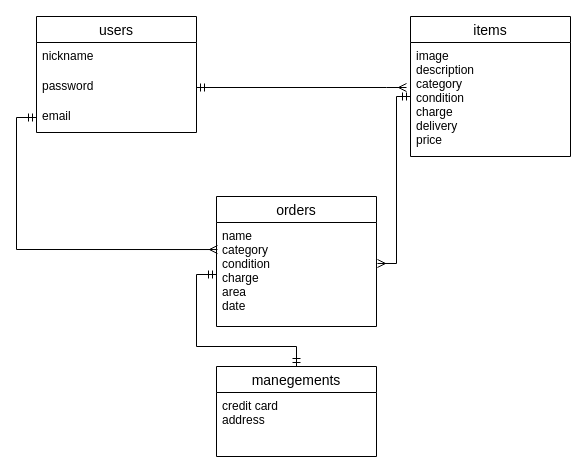
Before: test.dio in kodairafumikazu/furima-33027, a draw.io diagram. Source tidied: cells renumbered, new cells numbered last; positions are measured from the earlier drawing's top-left corner, leaving out a move shared by most shapes. Both pictures are drawn from the tidied source at 100%, with x=0, y=0 at pixel (36, 16).
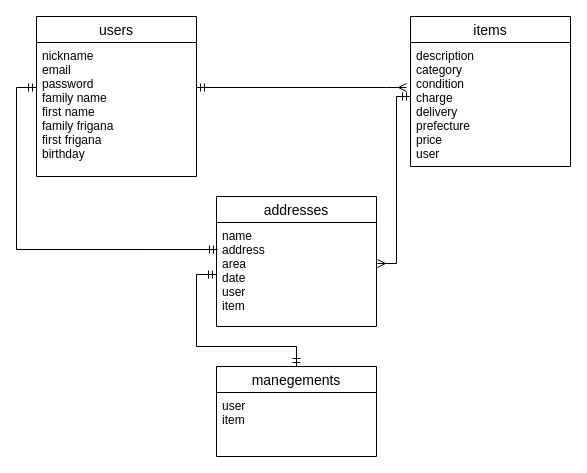
Above is the later version.

Commit message (it also covers changes not shown here):
ER図、データベース設計の修正３

Change to the diagram source:
```diff
@@
 <mxGraphModel>
   <root>
     <mxCell id="0" />
     <mxCell id="1" parent="0" />
     <mxCell id="2" value="users" style="swimlane;fontStyle=0;horizontal=1;startSize=26;align=center;fontSize=14;" parent="1" vertex="1">
-      <mxGeometry width="160" height="116" as="geometry" />
+      <mxGeometry width="160" height="160" as="geometry" />
     </mxCell>
-    <mxCell id="3" value="nickname" style="text;strokeColor=none;fillColor=none;spacingLeft=4;spacingRight=4;overflow=hidden;fontSize=12;" parent="2" vertex="1">
-      <mxGeometry y="26" width="160" height="30" as="geometry" />
+    <mxCell id="3" value="nickname&#10;email&#10;password&#10;family name&#10;first name&#10;family frigana&#10;first frigana&#10;birthday&#10;" style="text;strokeColor=none;fillColor=none;spacingLeft=4;spacingRight=4;overflow=hidden;fontSize=12;" parent="2" vertex="1">
+      <mxGeometry y="26" width="160" height="134" as="geometry" />
     </mxCell>
-    <mxCell id="4" value="password" style="text;strokeColor=none;fillColor=none;spacingLeft=4;spacingRight=4;overflow=hidden;points=[[0,0.5],[1,0.5]];portConstraint=eastwest;fontSize=12;" parent="2" vertex="1">
-      <mxGeometry y="56" width="160" height="30" as="geometry" />
-    </mxCell>
-    <mxCell id="5" value="email" style="text;strokeColor=none;fillColor=none;spacingLeft=4;spacingRight=4;overflow=hidden;points=[[0,0.5],[1,0.5]];portConstraint=eastwest;fontSize=12;" parent="2" vertex="1">
-      <mxGeometry y="86" width="160" height="30" as="geometry" />
-    </mxCell>
-    <mxCell id="6" value="orders" style="swimlane;fontStyle=0;horizontal=1;startSize=26;align=center;fontSize=14;" parent="1" vertex="1">
+    <mxCell id="6" value="addresses" style="swimlane;fontStyle=0;horizontal=1;startSize=26;align=center;fontSize=14;" parent="1" vertex="1">
       <mxGeometry x="180" y="180" width="160" height="130" as="geometry" />
     </mxCell>
-    <mxCell id="7" value="name&#10;category&#10;condition&#10;charge&#10;area&#10;date&#10;" style="text;strokeColor=none;fillColor=none;spacingLeft=4;spacingRight=4;overflow=hidden;points=[[0,0.5],[1,0.5]];portConstraint=eastwest;fontSize=12;" parent="6" vertex="1">
+    <mxCell id="7" value="name&#10;address&#10;area&#10;date&#10;user&#10;item" style="text;strokeColor=none;fillColor=none;spacingLeft=4;spacingRight=4;overflow=hidden;points=[[0,0.5],[1,0.5]];portConstraint=eastwest;fontSize=12;" parent="6" vertex="1">
       <mxGeometry y="26" width="160" height="104" as="geometry" />
     </mxCell>
     <mxCell id="8" value="manegements" style="swimlane;fontStyle=0;horizontal=1;startSize=26;align=center;fontSize=14;" parent="1" vertex="1">
       <mxGeometry x="180" y="350" width="160" height="90" as="geometry" />
     </mxCell>
-    <mxCell id="9" value="credit card &#10;address" style="text;strokeColor=none;fillColor=none;spacingLeft=4;spacingRight=4;overflow=hidden;fontSize=12;" parent="8" vertex="1">
+    <mxCell id="9" value="user&#10;item" style="text;strokeColor=none;fillColor=none;spacingLeft=4;spacingRight=4;overflow=hidden;fontSize=12;" parent="8" vertex="1">
       <mxGeometry y="26" width="160" height="64" as="geometry" />
     </mxCell>
     <mxCell id="10" value="items" style="swimlane;fontStyle=0;horizontal=1;startSize=26;align=center;fontSize=14;" parent="1" vertex="1">
-      <mxGeometry x="374" width="160" height="140" as="geometry" />
+      <mxGeometry x="374" width="160" height="150" as="geometry" />
     </mxCell>
-    <mxCell id="11" value="image&#10;description&#10;category&#10;condition&#10;charge&#10;delivery&#10;price&#10;&#10;" style="text;strokeColor=none;fillColor=none;spacingLeft=4;spacingRight=4;overflow=hidden;points=[[0,0.5],[1,0.5]];portConstraint=eastwest;fontSize=12;" parent="10" vertex="1">
-      <mxGeometry y="26" width="160" height="114" as="geometry" />
+    <mxCell id="11" value="description&#10;category&#10;condition&#10;charge&#10;delivery&#10;prefecture&#10;price&#10;user&#10;&#10;" style="text;strokeColor=none;fillColor=none;spacingLeft=4;spacingRight=4;overflow=hidden;points=[[0,0.5],[1,0.5]];portConstraint=eastwest;fontSize=12;" parent="10" vertex="1">
+      <mxGeometry y="26" width="160" height="124" as="geometry" />
     </mxCell>
-    <mxCell id="12" style="edgeStyle=orthogonalEdgeStyle;rounded=0;jettySize=auto;html=1;endArrow=ERmany;endFill=0;startArrow=ERmandOne;startFill=0;" parent="1" edge="1" source="4">
+    <mxCell id="12" style="edgeStyle=orthogonalEdgeStyle;rounded=0;orthogonalLoop=1;jettySize=auto;html=1;endArrow=ERmany;endFill=0;startArrow=ERmandOne;startFill=0;" parent="1" edge="1">
       <mxGeometry relative="1" as="geometry">
+        <mxPoint x="160" y="71" as="sourcePoint" />
         <mxPoint x="370" y="71" as="targetPoint" />
         <Array as="points">
           <mxPoint x="350" y="71" />
           <mxPoint x="350" y="71" />
         </Array>
       </mxGeometry>
     </mxCell>
     <mxCell id="13" style="edgeStyle=orthogonalEdgeStyle;rounded=0;jettySize=auto;html=1;entryX=1.006;entryY=0.394;entryDx=0;entryDy=0;entryPerimeter=0;startArrow=ERmandOne;startFill=0;endArrow=ERmany;endFill=0;" parent="1" edge="1" source="11" target="7">
       <mxGeometry relative="1" as="geometry">
         <Array as="points">
           <mxPoint x="360" y="80" />
           <mxPoint x="360" y="247" />
         </Array>
       </mxGeometry>
     </mxCell>
     <mxCell id="14" style="edgeStyle=orthogonalEdgeStyle;rounded=0;jettySize=auto;html=1;startArrow=ERmandOne;startFill=0;endArrow=ERmandOne;endFill=0;" parent="1" edge="1" source="7" target="8">
       <mxGeometry relative="1" as="geometry" />
     </mxCell>
-    <mxCell id="15" style="edgeStyle=orthogonalEdgeStyle;rounded=0;jettySize=auto;html=1;exitX=0;exitY=0.5;exitDx=0;exitDy=0;entryX=0.006;entryY=0.26;entryDx=0;entryDy=0;entryPerimeter=0;startArrow=ERmandOne;startFill=0;endArrow=ERmany;endFill=0;" parent="1" edge="1" source="5" target="7">
-      <mxGeometry relative="1" as="geometry" />
+    <mxCell id="15" style="edgeStyle=orthogonalEdgeStyle;rounded=0;jettySize=auto;html=1;exitX=0;exitY=0.5;exitDx=0;exitDy=0;entryX=0.006;entryY=0.26;entryDx=0;entryDy=0;entryPerimeter=0;startArrow=ERmandOne;startFill=0;endArrow=ERmandOne;endFill=0;" parent="1" edge="1" target="7">
+      <mxGeometry relative="1" as="geometry">
+        <mxPoint y="71" as="sourcePoint" />
+        <Array as="points">
+          <mxPoint x="-20" y="71" />
+          <mxPoint x="-20" y="233" />
+        </Array>
+      </mxGeometry>
     </mxCell>
   </root>
 </mxGraphModel>
```
